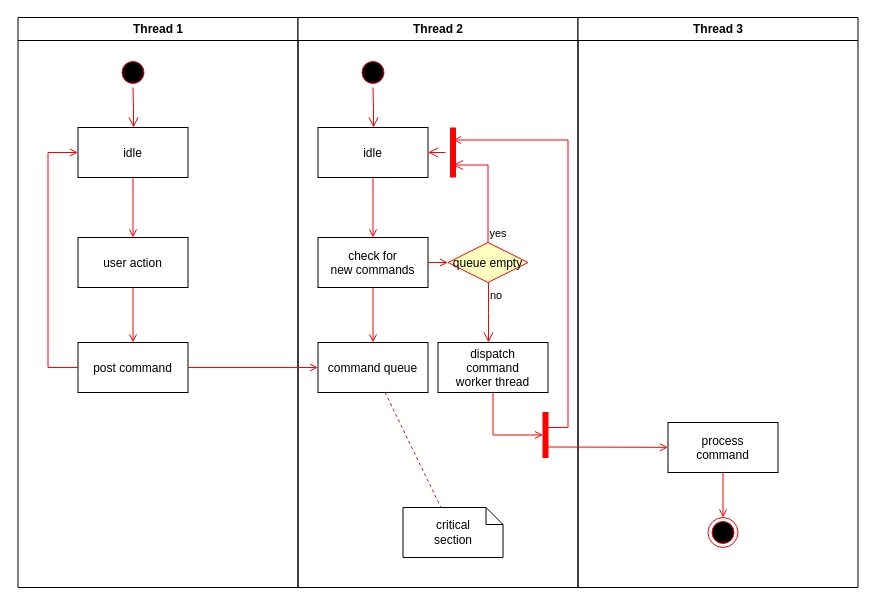
Before: images/1.drawio in ShandowOfStarLight/love_bot, a draw.io diagram. Source tidied: cells renumbered, new cells numbered last; positions are measured from the earlier drawing's top-left corner, leaving out a move shared by most shapes. Both pictures are drawn from the tidied source at 100%, with x=0, y=0 at pixel (17, 17).
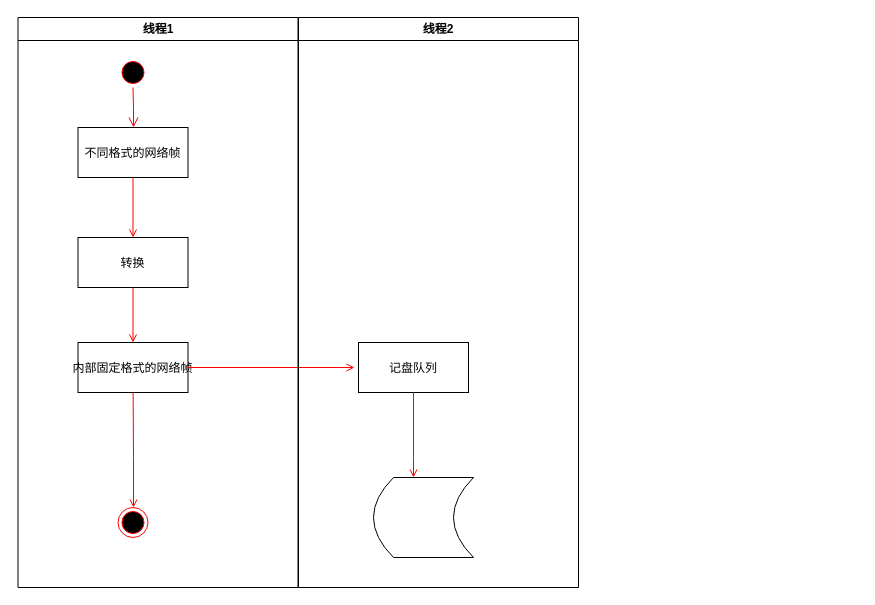
The same diagram, later.

What changed in the source:
```diff
@@
-    <mxCell id="2" value="Thread 1" style="swimlane;whiteSpace=wrap;" parent="1" vertex="1">
+    <mxCell id="2" value="线程1" style="swimlane;whiteSpace=wrap;" parent="1" vertex="1">
       <mxGeometry x="0.5" width="280" height="570" as="geometry" />
     </mxCell>
@@
-    <mxCell id="5" value="idle" parent="2" vertex="1">
+    <mxCell id="5" value="不同格式的网络帧" parent="2" vertex="1">
       <mxGeometry x="60" y="110" width="110" height="50" as="geometry" />
     </mxCell>
-    <mxCell id="6" value="user action" parent="2" vertex="1">
+    <mxCell id="6" value="转换" parent="2" vertex="1">
       <mxGeometry x="60" y="220" width="110" height="50" as="geometry" />
     </mxCell>
@@
-    <mxCell id="8" value="post command" parent="2" vertex="1">
+    <mxCell id="8" value="内部固定格式的网络帧" parent="2" vertex="1">
       <mxGeometry x="60" y="325" width="110" height="50" as="geometry" />
     </mxCell>
@@
-    <mxCell id="10" style="edgeStyle=elbowEdgeStyle;elbow=horizontal;strokeColor=#FF0000;endArrow=open;endFill=1;rounded=0;" parent="2" edge="1" source="8" target="5">
-      <mxGeometry relative="1" as="geometry">
-        <Array as="points">
-          <mxPoint x="30" y="250" />
-        </Array>
-      </mxGeometry>
-    </mxCell>
-    <mxCell id="11" value="Thread 2" style="swimlane;whiteSpace=wrap;" parent="1" vertex="1">
-      <mxGeometry x="280.5" width="280" height="570" as="geometry" />
-    </mxCell>
-    <mxCell id="12" style="ellipse;shape=startState;fillColor=#000000;strokeColor=#ff0000;" parent="11" vertex="1">
-      <mxGeometry x="60" y="40" width="30" height="30" as="geometry" />
-    </mxCell>
-    <mxCell id="13" style="edgeStyle=elbowEdgeStyle;elbow=horizontal;verticalAlign=bottom;endArrow=open;endSize=8;strokeColor=#FF0000;endFill=1;rounded=0;" parent="11" edge="1" source="12" target="14">
-      <mxGeometry x="40" y="20" as="geometry" />
-    </mxCell>
-    <mxCell id="14" value="idle" parent="11" vertex="1">
-      <mxGeometry x="20" y="110" width="110" height="50" as="geometry" />
-    </mxCell>
-    <mxCell id="15" value="check for &#10;new commands" parent="11" vertex="1">
-      <mxGeometry x="20" y="220" width="110" height="50" as="geometry" />
-    </mxCell>
-    <mxCell id="16" style="endArrow=open;strokeColor=#FF0000;endFill=1;rounded=0;" parent="11" edge="1" source="14" target="15">
-      <mxGeometry relative="1" as="geometry" />
-    </mxCell>
-    <mxCell id="17" value="command queue" parent="11" vertex="1">
-      <mxGeometry x="20" y="325" width="110" height="50" as="geometry" />
-    </mxCell>
-    <mxCell id="18" style="endArrow=open;strokeColor=#FF0000;endFill=1;rounded=0;" parent="11" edge="1" source="15" target="17">
-      <mxGeometry relative="1" as="geometry" />
-    </mxCell>
-    <mxCell id="19" value="queue empty" style="rhombus;fillColor=#ffffc0;strokeColor=#ff0000;" parent="11" vertex="1">
-      <mxGeometry x="150" y="225" width="80" height="40" as="geometry" />
-    </mxCell>
-    <mxCell id="20" value="yes" style="edgeStyle=elbowEdgeStyle;elbow=horizontal;align=left;verticalAlign=bottom;endArrow=open;endSize=8;strokeColor=#FF0000;exitX=0.5;exitY=0;endFill=1;rounded=0;entryX=0.75;entryY=0.5;entryPerimeter=0;" parent="11" edge="1" source="19" target="23">
-      <mxGeometry x="-1" relative="1" as="geometry">
-        <Array as="points">
-          <mxPoint x="190" y="180" />
-        </Array>
-      </mxGeometry>
-    </mxCell>
-    <mxCell id="21" value="no" style="edgeStyle=elbowEdgeStyle;elbow=horizontal;align=left;verticalAlign=top;endArrow=open;endSize=8;strokeColor=#FF0000;endFill=1;rounded=0;" parent="11" edge="1" source="19" target="25">
-      <mxGeometry x="-1" relative="1" as="geometry" />
-    </mxCell>
-    <mxCell id="22" style="endArrow=open;strokeColor=#FF0000;endFill=1;rounded=0;" parent="11" edge="1" source="15" target="19">
-      <mxGeometry relative="1" as="geometry" />
-    </mxCell>
-    <mxCell id="23" style="shape=line;strokeWidth=6;strokeColor=#ff0000;rotation=90;" parent="11" vertex="1">
-      <mxGeometry x="130" y="127.5" width="50" height="15" as="geometry" />
-    </mxCell>
-    <mxCell id="24" style="edgeStyle=elbowEdgeStyle;elbow=horizontal;verticalAlign=bottom;endArrow=open;endSize=8;strokeColor=#FF0000;endFill=1;rounded=0;" parent="11" edge="1" source="23" target="14">
-      <mxGeometry x="130" y="90" as="geometry" />
-    </mxCell>
-    <mxCell id="25" value="dispatch&#10;command&#10;worker thread" parent="11" vertex="1">
-      <mxGeometry x="140" y="325" width="110" height="50" as="geometry" />
-    </mxCell>
-    <mxCell id="26" value="critical&#10;section" style="shape=note;whiteSpace=wrap;size=17;" parent="11" vertex="1">
-      <mxGeometry x="105" y="490" width="100" height="50" as="geometry" />
-    </mxCell>
-    <mxCell id="27" style="endArrow=none;strokeColor=#FF0000;endFill=0;rounded=0;dashed=1;" parent="11" edge="1" source="17" target="26">
-      <mxGeometry relative="1" as="geometry" />
-    </mxCell>
-    <mxCell id="28" style="whiteSpace=wrap;strokeColor=#FF0000;fillColor=#FF0000;" parent="11" vertex="1">
-      <mxGeometry x="245" y="395" width="5" height="45" as="geometry" />
-    </mxCell>
-    <mxCell id="29" style="edgeStyle=elbowEdgeStyle;elbow=horizontal;entryX=0;entryY=0.5;strokeColor=#FF0000;endArrow=open;endFill=1;rounded=0;" parent="11" edge="1" source="25" target="28">
-      <mxGeometry relative="1" as="geometry">
-        <Array as="points">
-          <mxPoint x="195" y="400" />
-        </Array>
-      </mxGeometry>
-    </mxCell>
-    <mxCell id="30" value="Thread 3" style="swimlane;whiteSpace=wrap;" parent="1" vertex="1">
-      <mxGeometry x="560.5" width="280" height="570" as="geometry" />
-    </mxCell>
-    <mxCell id="31" value="process&#10;command" parent="30" vertex="1">
-      <mxGeometry x="90" y="405" width="110" height="50" as="geometry" />
-    </mxCell>
-    <mxCell id="32" style="edgeStyle=elbowEdgeStyle;elbow=horizontal;strokeColor=#FF0000;endArrow=open;endFill=1;rounded=0;entryX=0.25;entryY=0.5;entryPerimeter=0;" parent="30" edge="1" target="23">
-      <mxGeometry relative="1" as="geometry">
-        <mxPoint x="-30" y="410" as="sourcePoint" />
-        <Array as="points">
-          <mxPoint x="-10" y="135" />
-        </Array>
-      </mxGeometry>
-    </mxCell>
-    <mxCell id="33" style="edgeStyle=none;strokeColor=#FF0000;endArrow=open;endFill=1;rounded=0;" parent="30" edge="1" target="31">
-      <mxGeometry relative="1" as="geometry">
-        <mxPoint x="-30" y="429.5" as="sourcePoint" />
-      </mxGeometry>
-    </mxCell>
-    <mxCell id="34" style="ellipse;shape=endState;fillColor=#000000;strokeColor=#ff0000;" parent="30" vertex="1">
-      <mxGeometry x="130" y="500" width="30" height="30" as="geometry" />
+    <mxCell id="34" style="ellipse;shape=endState;fillColor=#000000;strokeColor=#ff0000;" parent="2" vertex="1">
+      <mxGeometry x="100" y="490" width="30" height="30" as="geometry" />
     </mxCell>
-    <mxCell id="35" style="endArrow=open;strokeColor=#FF0000;endFill=1;rounded=0;" parent="30" edge="1" source="31" target="34">
-      <mxGeometry relative="1" as="geometry" />
-    </mxCell>
+    <mxCell id="37" style="endArrow=open;strokeColor=#FF0000;endFill=1;rounded=0;" parent="2" edge="1">
+      <mxGeometry relative="1" as="geometry">
+        <mxPoint x="170" y="350" as="sourcePoint" />
+        <mxPoint x="336.5" y="350" as="targetPoint" />
+      </mxGeometry>
+    </mxCell>
-    <mxCell id="36" style="endArrow=open;strokeColor=#FF0000;endFill=1;rounded=0;" parent="1" edge="1" source="8" target="17">
-      <mxGeometry relative="1" as="geometry" />
+    <mxCell id="36" style="endArrow=open;strokeColor=#FF0000;endFill=1;rounded=0;" parent="1" edge="1" source="8">
+      <mxGeometry relative="1" as="geometry">
+        <mxPoint x="116" y="490" as="targetPoint" />
+        <Array as="points">
+          <mxPoint x="116" y="440" />
+        </Array>
+      </mxGeometry>
     </mxCell>
+    <mxCell id="38" value="线程2" style="swimlane;whiteSpace=wrap;" parent="1" vertex="1">
+      <mxGeometry x="281" width="280" height="570" as="geometry" />
+    </mxCell>
+    <mxCell id="39" value="记盘队列" parent="38" vertex="1">
+      <mxGeometry x="60" y="325" width="110" height="50" as="geometry" />
+    </mxCell>
+    <mxCell id="40" style="shape=dataStorage;whiteSpace=wrap;html=1;fixedSize=1;" parent="38" vertex="1">
+      <mxGeometry x="75" y="460" width="100" height="80" as="geometry" />
+    </mxCell>
+    <mxCell id="41" style="endArrow=open;strokeColor=#FF0000;endFill=1;rounded=0;" parent="1" edge="1" source="39">
+      <mxGeometry relative="1" as="geometry">
+        <mxPoint x="396" y="460" as="targetPoint" />
+        <Array as="points">
+          <mxPoint x="396" y="440" />
+        </Array>
+      </mxGeometry>
+    </mxCell>
```
